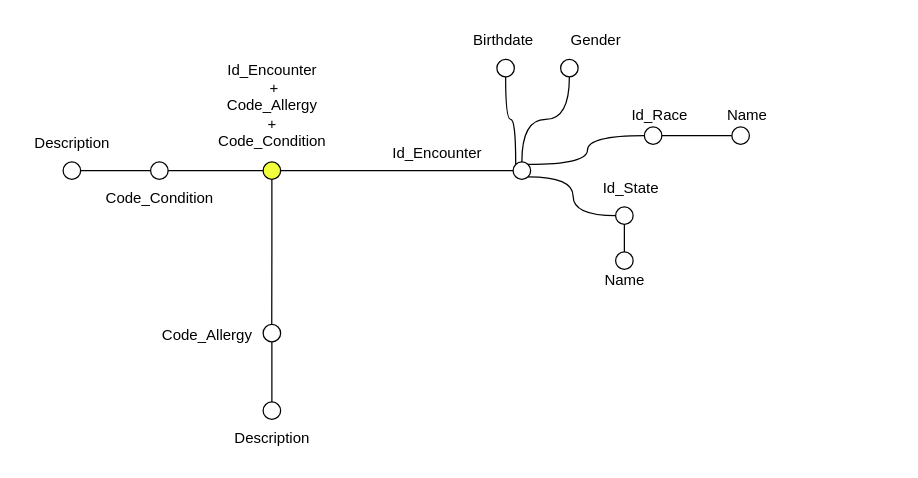
The draw.io diagram Alberi_Elaborated/Affected_By.drawio in MircoPerna99/BigDataManagement_Team, before the edit. Source tidied: cells renumbered, new cells numbered last; positions are measured from the earlier drawing's top-left corner, leaving out a move shared by most shapes. Both pictures are drawn from the tidied source at 125%, with x=0, y=0 at pixel (21, 21).
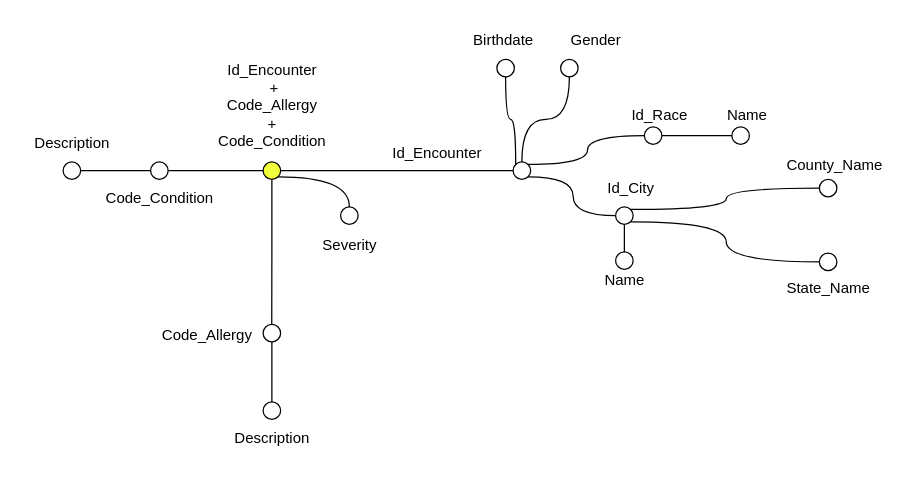
The same page after the edit.

Unchanged cells that the change refers to:
```xml
<mxCell id="3" style="ellipse;whiteSpace=wrap;html=1;fillColor=#F2FF3D;" parent="1" vertex="1">
  <mxGeometry x="193" y="112" width="14" height="14" as="geometry" />
</mxCell>
<mxCell id="20" style="ellipse;whiteSpace=wrap;html=1;fillColor=#FFFFFF;" parent="1" vertex="1">
  <mxGeometry x="475" y="148" width="14" height="14" as="geometry" />
</mxCell>
```

Change to the diagram source:
```diff
@@
+    <mxCell id="38" style="edgeStyle=orthogonalEdgeStyle;rounded=0;jettySize=auto;html=1;exitX=1;exitY=1;exitDx=0;exitDy=0;entryX=0.5;entryY=0;entryDx=0;entryDy=0;curved=1;endArrow=none;startFill=0;" parent="1" edge="1" source="3" target="44">
+      <mxGeometry relative="1" as="geometry" />
+    </mxCell>
@@
-    <mxCell id="12" style="edgeStyle=orthogonalEdgeStyle;rounded=0;jettySize=auto;html=1;exitX=0.5;exitY=1;exitDx=0;exitDy=0;entryX=0.496;entryY=-0.153;entryDx=0;entryDy=0;entryPerimeter=0;endArrow=none;startFill=0;" parent="1" edge="1" source="3">
-      <mxGeometry relative="1" as="geometry">
-        <mxPoint x="199.9" y="241.9" as="targetPoint" />
-      </mxGeometry>
-    </mxCell>
+    <mxCell id="39" style="edgeStyle=orthogonalEdgeStyle;rounded=0;jettySize=auto;html=1;exitX=0.5;exitY=1;exitDx=0;exitDy=0;entryX=0.496;entryY=-0.153;entryDx=0;entryDy=0;entryPerimeter=0;endArrow=none;startFill=0;" parent="1" edge="1" source="3">
+      <mxGeometry relative="1" as="geometry">
+        <mxPoint x="199.9" y="241.9" as="targetPoint" />
+      </mxGeometry>
+    </mxCell>
@@
+    <mxCell id="40" style="edgeStyle=orthogonalEdgeStyle;rounded=0;jettySize=auto;html=1;exitX=1;exitY=0;exitDx=0;exitDy=0;entryX=0;entryY=0.5;entryDx=0;entryDy=0;endArrow=none;startFill=0;curved=1;" parent="1" edge="1" source="20" target="45">
+      <mxGeometry relative="1" as="geometry" />
+    </mxCell>
+    <mxCell id="41" style="edgeStyle=orthogonalEdgeStyle;rounded=0;jettySize=auto;html=1;exitX=1;exitY=1;exitDx=0;exitDy=0;entryX=0;entryY=0.5;entryDx=0;entryDy=0;endArrow=none;startFill=0;curved=1;" parent="1" edge="1" source="20" target="47">
+      <mxGeometry relative="1" as="geometry" />
+    </mxCell>
@@
-    <mxCell id="24" value="Id_State" style="text;html=1;align=center;verticalAlign=middle;strokeColor=none;fillColor=none;" parent="1" vertex="1">
-      <mxGeometry x="452" y="118" width="70" height="30" as="geometry" />
-    </mxCell>
@@
+    <mxCell id="42" value="Id_City" style="text;html=1;align=center;verticalAlign=middle;strokeColor=none;fillColor=none;" parent="1" vertex="1">
+      <mxGeometry x="457" y="118" width="60" height="30" as="geometry" />
+    </mxCell>
+    <mxCell id="43" value="Severity" style="text;html=1;align=center;verticalAlign=middle;strokeColor=none;fillColor=none;" parent="1" vertex="1">
+      <mxGeometry x="227" y="164" width="70" height="30" as="geometry" />
+    </mxCell>
+    <mxCell id="44" style="ellipse;whiteSpace=wrap;html=1;fillColor=#FFFFFF;" parent="1" vertex="1">
+      <mxGeometry x="255" y="148" width="14" height="14" as="geometry" />
+    </mxCell>
+    <mxCell id="45" style="ellipse;whiteSpace=wrap;html=1;fillColor=#FFFFFF;" parent="1" vertex="1">
+      <mxGeometry x="638" y="126" width="14" height="14" as="geometry" />
+    </mxCell>
+    <mxCell id="46" value="County_Name" style="text;html=1;align=center;verticalAlign=middle;strokeColor=none;fillColor=none;" parent="1" vertex="1">
+      <mxGeometry x="600" y="100" width="100" height="30" as="geometry" />
+    </mxCell>
+    <mxCell id="47" style="ellipse;whiteSpace=wrap;html=1;fillColor=#FFFFFF;" parent="1" vertex="1">
+      <mxGeometry x="638" y="185" width="14" height="14" as="geometry" />
+    </mxCell>
+    <mxCell id="48" value="State&lt;span style=&quot;background-color: transparent; color: light-dark(rgb(0, 0, 0), rgb(255, 255, 255));&quot;&gt;_Name&lt;/span&gt;" style="text;html=1;align=center;verticalAlign=middle;strokeColor=none;fillColor=none;" parent="1" vertex="1">
+      <mxGeometry x="600" y="198" width="90" height="30" as="geometry" />
+    </mxCell>
```
